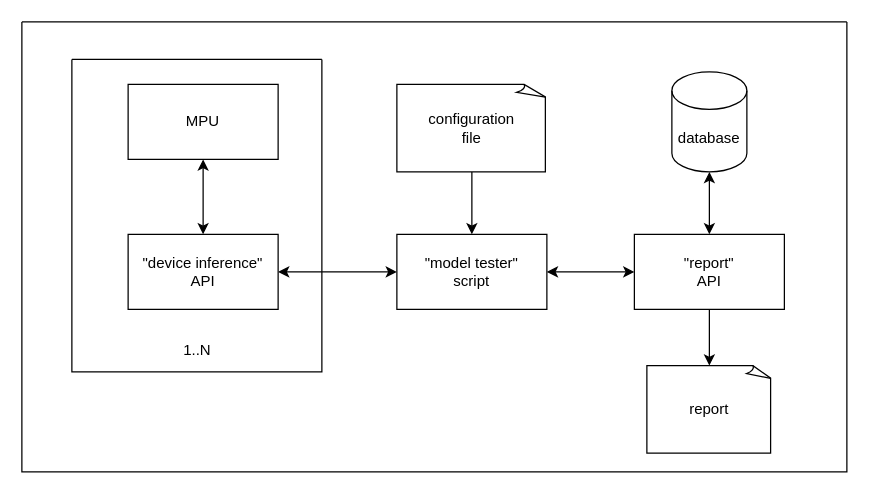
Before: SystemDesign/Diagrams/xml/components_overall.drawio in ponik73/MasterThesis, a draw.io diagram. Source tidied: cells renumbered, new cells numbered last; positions are measured from the earlier drawing's top-left corner, leaving out a move shared by most shapes. Both pictures are drawn from the tidied source at 125%, with x=0, y=0 at pixel (21, 21).
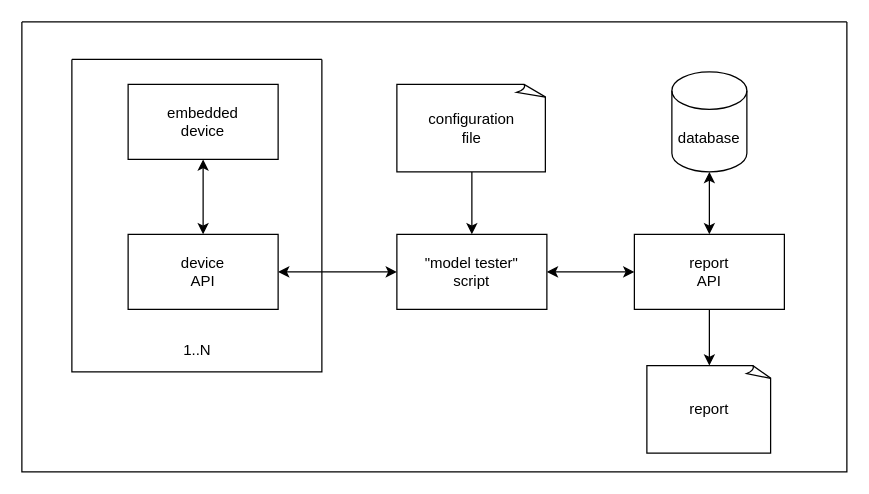
After the change.

Commit message (it also covers changes not shown here):
renamed components in a diagram

Change to the diagram source:
```diff
@@
 <mxGraphModel>
   <root>
     <mxCell id="0" />
     <mxCell id="1" parent="0" />
     <mxCell id="2" style="edgeStyle=orthogonalEdgeStyle;rounded=0;jettySize=auto;html=1;entryX=1;entryY=0.5;entryDx=0;entryDy=0;startArrow=classic;startFill=1;" parent="1" edge="1" source="4" target="9">
       <mxGeometry relative="1" as="geometry" />
     </mxCell>
     <mxCell id="3" style="edgeStyle=orthogonalEdgeStyle;rounded=0;jettySize=auto;html=1;startArrow=classic;startFill=1;" parent="1" edge="1" source="4" target="12">
       <mxGeometry relative="1" as="geometry" />
     </mxCell>
     <mxCell id="4" value="&quot;model&amp;nbsp;&lt;span style=&quot;background-color: initial;&quot;&gt;tester&quot;&lt;/span&gt;&lt;div&gt;script&lt;/div&gt;" style="rounded=0;whiteSpace=wrap;html=1;" parent="1" vertex="1">
       <mxGeometry x="300" y="170" width="120" height="60" as="geometry" />
     </mxCell>
     <mxCell id="5" style="group;" parent="1" vertex="1">
       <mxGeometry x="40" y="30" width="200" height="250" as="geometry" />
     </mxCell>
     <mxCell id="6" style="swimlane;startSize=0;" parent="5" vertex="1">
       <mxGeometry width="200" height="250" as="geometry" />
     </mxCell>
     <mxCell id="7" style="edgeStyle=orthogonalEdgeStyle;rounded=0;jettySize=auto;html=1;startArrow=classic;startFill=1;" parent="6" edge="1" source="8" target="9">
       <mxGeometry relative="1" as="geometry" />
     </mxCell>
-    <mxCell id="8" value="MPU" style="rounded=0;whiteSpace=wrap;html=1;" parent="6" vertex="1">
+    <mxCell id="8" value="embedded&lt;div&gt;device&lt;/div&gt;" style="rounded=0;whiteSpace=wrap;html=1;" parent="6" vertex="1">
       <mxGeometry x="45" y="20" width="120" height="60" as="geometry" />
     </mxCell>
-    <mxCell id="9" value="&quot;device inference&lt;span style=&quot;background-color: initial;&quot;&gt;&quot;&lt;/span&gt;&lt;div&gt;API&lt;/div&gt;" style="rounded=0;whiteSpace=wrap;html=1;" parent="6" vertex="1">
+    <mxCell id="9" value="device&lt;div&gt;API&lt;/div&gt;" style="rounded=0;whiteSpace=wrap;html=1;" parent="6" vertex="1">
       <mxGeometry x="45" y="140" width="120" height="60" as="geometry" />
     </mxCell>
     <mxCell id="10" value="1..N" style="text;html=1;align=center;verticalAlign=middle;strokeColor=none;fillColor=none;" parent="5" vertex="1">
       <mxGeometry x="75" y="218" width="50" height="30" as="geometry" />
     </mxCell>
     <mxCell id="11" style="edgeStyle=orthogonalEdgeStyle;rounded=0;jettySize=auto;html=1;" parent="1" edge="1" source="12" target="17">
       <mxGeometry relative="1" as="geometry" />
     </mxCell>
-    <mxCell id="12" value="&quot;report&lt;span style=&quot;background-color: initial;&quot;&gt;&quot;&lt;/span&gt;&lt;div&gt;API&lt;/div&gt;" style="rounded=0;whiteSpace=wrap;html=1;" parent="1" vertex="1">
+    <mxCell id="12" value="report&lt;div&gt;API&lt;/div&gt;" style="rounded=0;whiteSpace=wrap;html=1;" parent="1" vertex="1">
       <mxGeometry x="490" y="170" width="120" height="60" as="geometry" />
     </mxCell>
     <mxCell id="13" style="edgeStyle=orthogonalEdgeStyle;rounded=0;jettySize=auto;html=1;startArrow=classic;startFill=1;" parent="1" edge="1" source="14" target="12">
       <mxGeometry relative="1" as="geometry" />
     </mxCell>
     <mxCell id="14" value="database" style="shape=cylinder3;whiteSpace=wrap;html=1;boundedLbl=1;backgroundOutline=1;size=15;" parent="1" vertex="1">
       <mxGeometry x="520" y="40" width="60" height="80" as="geometry" />
     </mxCell>
     <mxCell id="15" style="swimlane;startSize=0;" parent="1" vertex="1">
       <mxGeometry width="660" height="360" as="geometry" />
     </mxCell>
     <mxCell id="16" value="configuration&lt;div&gt;file&lt;/div&gt;" style="whiteSpace=wrap;html=1;shape=mxgraph.basic.document;" parent="15" vertex="1">
       <mxGeometry x="300" y="50" width="120" height="70" as="geometry" />
     </mxCell>
     <mxCell id="17" value="report" style="whiteSpace=wrap;html=1;shape=mxgraph.basic.document;" parent="15" vertex="1">
       <mxGeometry x="500" y="275" width="100" height="70" as="geometry" />
     </mxCell>
     <mxCell id="18" style="edgeStyle=orthogonalEdgeStyle;rounded=0;jettySize=auto;html=1;" parent="1" edge="1" source="16" target="4">
       <mxGeometry relative="1" as="geometry" />
     </mxCell>
   </root>
 </mxGraphModel>
```
